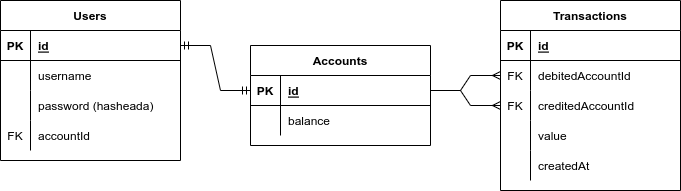
The draw.io diagram diagrama.drawio.png in martin-bachmann/ng-cash-project, before a commit. Source tidied: cells renumbered, new cells last; positions are measured from the earlier drawing's top-left corner, leaving out a move shared by most shapes.
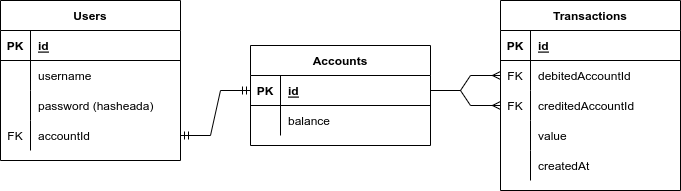
Later version of the same file.

Diff of the diagram source:
```diff
@@ -110,7 +110,7 @@
     <mxCell id="37" value="createdAt" style="shape=partialRectangle;fillColor=none;top=0;left=0;bottom=0;right=0;align=left;spacingLeft=6;overflow=hidden;" parent="35" vertex="1">
       <mxGeometry x="30" width="150" height="30" as="geometry" />
     </mxCell>
-    <mxCell id="38" style="edgeStyle=entityRelationEdgeStyle;fontSize=12;html=1;endArrow=ERmandOne;startArrow=ERmandOne;rounded=0;entryX=0;entryY=0.5;entryDx=0;entryDy=0;exitX=1;exitY=0.5;exitDx=0;exitDy=0;" parent="1" edge="1" source="3" target="16">
+    <mxCell id="38" style="edgeStyle=entityRelationEdgeStyle;fontSize=12;html=1;endArrow=ERmandOne;startArrow=ERmandOne;rounded=0;entryX=0;entryY=0.5;entryDx=0;entryDy=0;exitX=1;exitY=0.5;exitDx=0;exitDy=0;" parent="1" edge="1" source="12" target="16">
       <mxGeometry relative="1" as="geometry" />
     </mxCell>
     <mxCell id="39" style="edgeStyle=entityRelationEdgeStyle;fontSize=12;html=1;endArrow=ERmany;rounded=0;entryX=0;entryY=0.5;entryDx=0;entryDy=0;" parent="1" edge="1" target="26">
```
